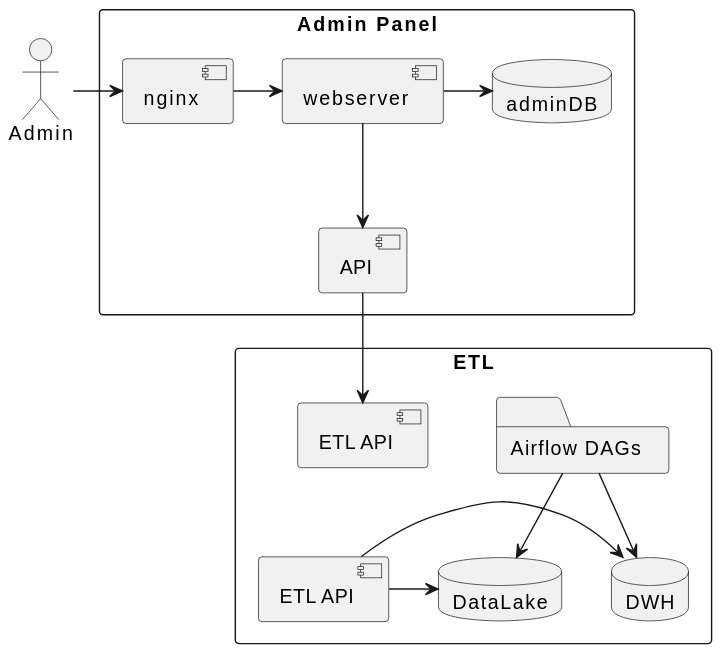
Before: diagrams/architecture.svg, a diagram exported from PlantUML (etlteam/docs). Its diagram source:
```plantuml
@startuml
actor Admin
rectangle "Admin Panel" as AP {
	[nginx]
	[webserver]
	[API]
	database adminDB

	Admin -> nginx
	nginx -> webserver
	webserver -> adminDB
	webserver --> API
}
rectangle ETL {
	folder "Airflow DAGs" as dag
	[ETL API] as airflow
	API --> [ETL API]


	database DataLake
	database DWH

	airflow -> DWH
	airflow -> DataLake

	dag --> DataLake
	dag --> DWH
}
@enduml
```
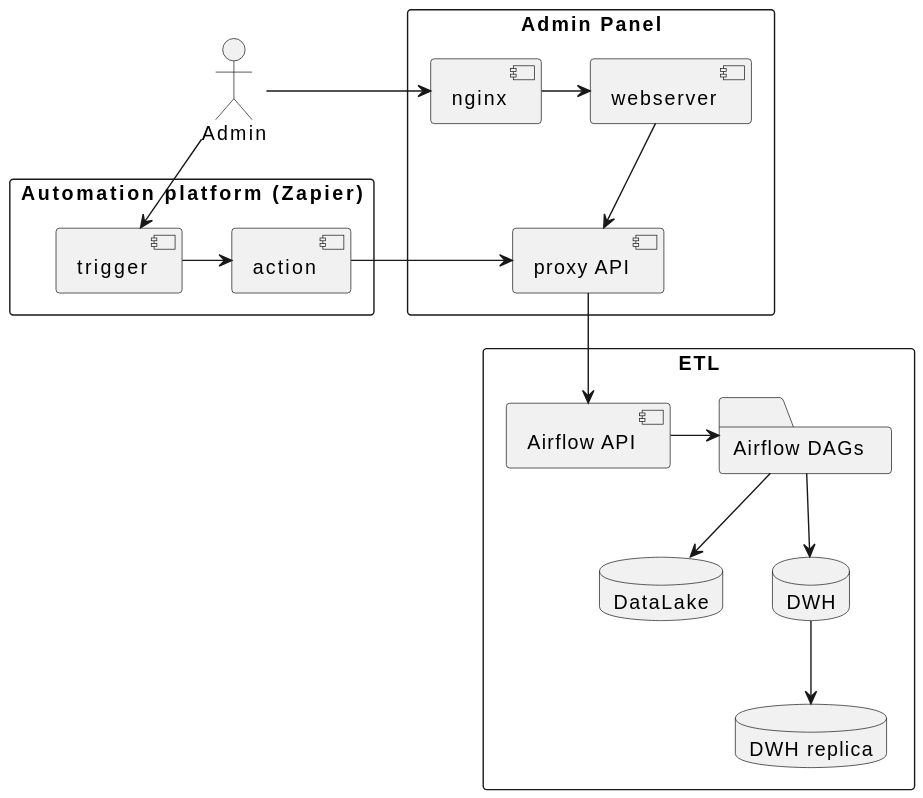
Later version of the same file.

What changed in the source:
```diff
@@ -3,27 +3,37 @@
 rectangle "Admin Panel" as AP {
 	[nginx]
 	[webserver]
-	[API]
-	database adminDB
+	[proxy API] as API
 
 	Admin -> nginx
 	nginx -> webserver
-	webserver -> adminDB
 	webserver --> API
 }
+
+rectangle "Automation platform (Zapier)" {
+	[trigger]
+	[action]
+	trigger -> action
+}
+
+Admin -> trigger
+
+action -> API
+
 rectangle ETL {
 	folder "Airflow DAGs" as dag
-	[ETL API] as airflow
-	API --> [ETL API]
+	[Airflow API] as airflow
+	API --> airflow
 
 
 	database DataLake
 	database DWH
+	database "DWH replica" as replica
 
-	airflow -> DWH
-	airflow -> DataLake
+	airflow -> dag
 
 	dag --> DataLake
 	dag --> DWH
+	DWH --> replica
 }
 @enduml
```
